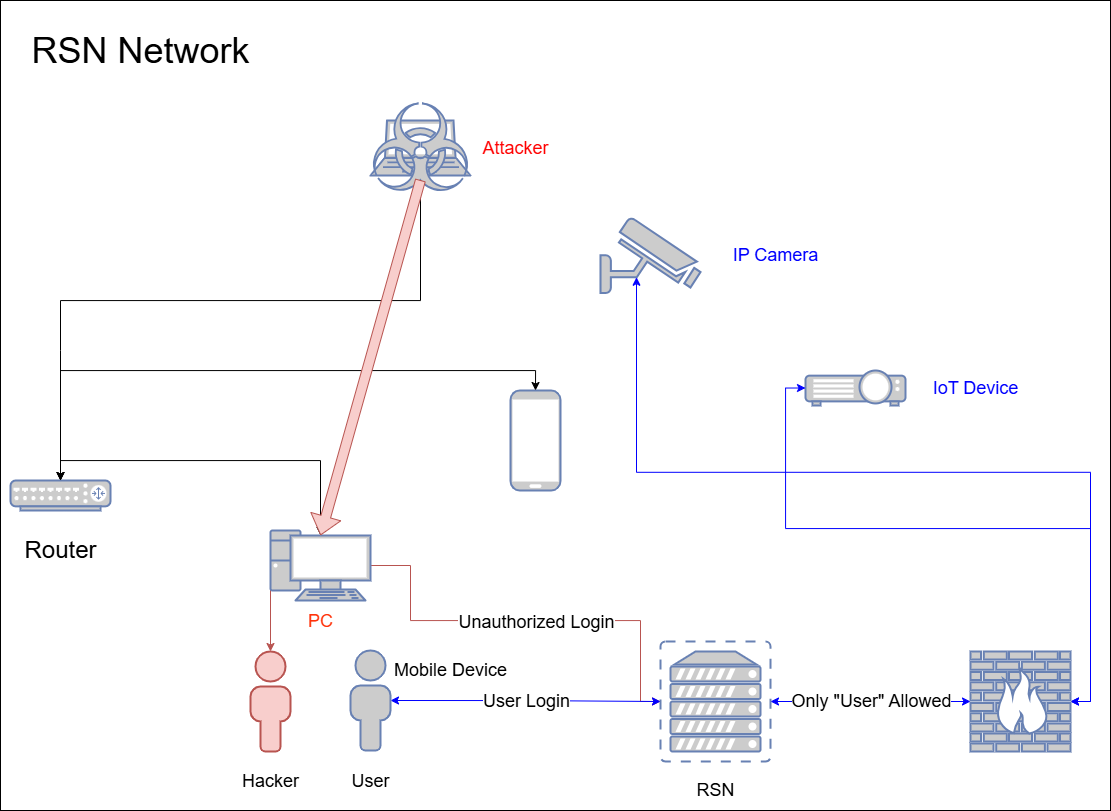
This is RSN Structure.png from HATZ-Research/RSN, a draw.io export, as it was before one commit. Source tidied: cells renumbered, new cells last; positions are measured from the earlier drawing's top-left corner, leaving out a move shared by most shapes. The source it was exported from:
```xml
<mxGraphModel>
  <root>
    <mxCell id="0" />
    <mxCell id="1" parent="0" />
    <mxCell id="2" style="rounded=0;whiteSpace=wrap;html=1;" parent="1" vertex="1">
      <mxGeometry width="1110" height="810" as="geometry" />
    </mxCell>
    <mxCell id="3" style="fontColor=#0066CC;verticalAlign=top;verticalLabelPosition=bottom;labelPosition=center;align=center;html=1;outlineConnect=0;fillColor=#CCCCCC;strokeColor=#6881B3;gradientColor=none;gradientDirection=north;strokeWidth=2;shape=mxgraph.networks.router;" parent="1" vertex="1">
      <mxGeometry x="10" y="480" width="100" height="30" as="geometry" />
    </mxCell>
    <mxCell id="4" style="fontColor=#0066CC;verticalAlign=top;verticalLabelPosition=bottom;labelPosition=center;align=center;html=1;outlineConnect=0;fillColor=#CCCCCC;strokeColor=#6881B3;gradientColor=none;gradientDirection=north;strokeWidth=2;shape=mxgraph.networks.laptop;" parent="1" vertex="1">
      <mxGeometry x="370" y="120" width="100" height="55" as="geometry" />
    </mxCell>
    <mxCell id="5" style="edgeStyle=orthogonalEdgeStyle;rounded=0;jettySize=auto;html=1;exitX=0.5;exitY=0;exitDx=0;exitDy=0;exitPerimeter=0;fontColor=#FF0000;startArrow=classic;startFill=1;fillColor=#f8cecc;strokeColor=#b85450;entryX=0;entryY=0.5;entryDx=0;entryDy=0;entryPerimeter=0;" parent="1" edge="1" source="32" target="25">
      <mxGeometry relative="1" as="geometry">
        <Array as="points">
          <mxPoint x="270" y="565" />
          <mxPoint x="410" y="565" />
          <mxPoint x="410" y="620" />
          <mxPoint x="640" y="620" />
          <mxPoint x="640" y="701" />
        </Array>
      </mxGeometry>
    </mxCell>
    <mxCell id="6" value="&lt;font style=&quot;font-size: 18px;&quot;&gt;Unauthorized Login&lt;/font&gt;" style="edgeLabel;html=1;align=center;verticalAlign=middle;" parent="5" vertex="1">
      <mxGeometry x="0.19" y="-1" relative="1" as="geometry">
        <mxPoint x="41" as="offset" />
      </mxGeometry>
    </mxCell>
    <mxCell id="7" style="fontColor=#0066CC;verticalAlign=top;verticalLabelPosition=bottom;labelPosition=center;align=center;html=1;outlineConnect=0;fillColor=#CCCCCC;strokeColor=#6881B3;gradientColor=none;gradientDirection=north;strokeWidth=2;shape=mxgraph.networks.pc;" parent="1" vertex="1">
      <mxGeometry x="270" y="530" width="100" height="70" as="geometry" />
    </mxCell>
    <mxCell id="8" style="edgeStyle=orthogonalEdgeStyle;rounded=0;jettySize=auto;html=1;exitX=0.5;exitY=0;exitDx=0;exitDy=0;exitPerimeter=0;entryX=0.5;entryY=1;entryDx=0;entryDy=0;entryPerimeter=0;startArrow=classic;startFill=1;" parent="1" edge="1" source="3" target="4">
      <mxGeometry relative="1" as="geometry">
        <Array as="points">
          <mxPoint x="60" y="350" />
          <mxPoint x="60" y="300" />
          <mxPoint x="420" y="300" />
        </Array>
      </mxGeometry>
    </mxCell>
    <mxCell id="9" style="edgeStyle=orthogonalEdgeStyle;rounded=0;jettySize=auto;html=1;exitX=0.5;exitY=0;exitDx=0;exitDy=0;exitPerimeter=0;entryX=0.5;entryY=0.07;entryDx=0;entryDy=0;entryPerimeter=0;startArrow=classic;startFill=1;" parent="1" edge="1" source="3" target="7">
      <mxGeometry relative="1" as="geometry" />
    </mxCell>
    <mxCell id="10" value="&lt;font style=&quot;font-size: 24px;&quot;&gt;Router&lt;/font&gt;" style="text;html=1;align=center;verticalAlign=middle;strokeColor=none;fillColor=none;" parent="1" vertex="1">
      <mxGeometry x="10" y="530" width="100" height="40" as="geometry" />
    </mxCell>
    <mxCell id="11" style="fontColor=#0066CC;verticalAlign=top;verticalLabelPosition=bottom;labelPosition=center;align=center;html=1;outlineConnect=0;fillColor=#CCCCCC;strokeColor=#6881B3;gradientColor=none;gradientDirection=north;strokeWidth=2;shape=mxgraph.networks.security_camera;" parent="1" vertex="1">
      <mxGeometry x="600" y="217.5" width="100" height="75" as="geometry" />
    </mxCell>
    <mxCell id="12" style="fontColor=#0066CC;verticalAlign=top;verticalLabelPosition=bottom;labelPosition=center;align=center;html=1;outlineConnect=0;fillColor=#CCCCCC;strokeColor=#6881B3;gradientColor=none;gradientDirection=north;strokeWidth=2;shape=mxgraph.networks.video_projector;" parent="1" vertex="1">
      <mxGeometry x="805" y="370" width="100" height="35" as="geometry" />
    </mxCell>
    <mxCell id="13" style="fontColor=#0066CC;verticalAlign=top;verticalLabelPosition=bottom;labelPosition=center;align=center;html=1;outlineConnect=0;fillColor=#CCCCCC;strokeColor=#6881B3;gradientColor=none;gradientDirection=north;strokeWidth=2;shape=mxgraph.networks.mobile;" parent="1" vertex="1">
      <mxGeometry x="510" y="390" width="50" height="100" as="geometry" />
    </mxCell>
    <mxCell id="14" style="edgeStyle=orthogonalEdgeStyle;rounded=0;jettySize=auto;html=1;exitX=0.5;exitY=0;exitDx=0;exitDy=0;exitPerimeter=0;entryX=0.5;entryY=0;entryDx=0;entryDy=0;entryPerimeter=0;startArrow=classic;startFill=1;" parent="1" edge="1" source="13" target="3">
      <mxGeometry relative="1" as="geometry" />
    </mxCell>
    <mxCell id="15" style="fontColor=#0066CC;verticalAlign=top;verticalLabelPosition=bottom;labelPosition=center;align=center;html=1;outlineConnect=0;fillColor=#CCCCCC;strokeColor=#6881B3;gradientColor=none;gradientDirection=north;strokeWidth=2;shape=mxgraph.networks.virus;" parent="1" vertex="1">
      <mxGeometry x="370" y="103" width="100" height="90" as="geometry" />
    </mxCell>
    <mxCell id="16" style="shape=flexArrow;endArrow=classic;html=1;rounded=0;exitX=0.5;exitY=0.85;exitDx=0;exitDy=0;exitPerimeter=0;entryX=0.5;entryY=0.07;entryDx=0;entryDy=0;entryPerimeter=0;fillColor=#f8cecc;strokeColor=#b85450;" parent="1" edge="1" source="15" target="7">
      <mxGeometry relative="1" as="geometry" />
    </mxCell>
    <mxCell id="17" style="edgeStyle=orthogonalEdgeStyle;rounded=0;jettySize=auto;html=1;entryX=0.36;entryY=0.79;entryDx=0;entryDy=0;entryPerimeter=0;startArrow=classic;startFill=1;fillColor=#f8cecc;strokeColor=#0000FF;exitX=1;exitY=0.5;exitDx=0;exitDy=0;exitPerimeter=0;" parent="1" edge="1" source="26" target="11">
      <mxGeometry relative="1" as="geometry" />
    </mxCell>
    <mxCell id="18" style="edgeStyle=orthogonalEdgeStyle;rounded=0;jettySize=auto;html=1;exitX=0;exitY=0.5;exitDx=0;exitDy=0;exitPerimeter=0;startArrow=classic;startFill=1;fillColor=#f8cecc;strokeColor=#0000FF;entryX=1;entryY=0.5;entryDx=0;entryDy=0;entryPerimeter=0;" parent="1" edge="1" source="12" target="26">
      <mxGeometry relative="1" as="geometry" />
    </mxCell>
    <mxCell id="19" value="&lt;font style=&quot;font-size: 36px;&quot;&gt;RSN Network&lt;/font&gt;" style="text;html=1;align=center;verticalAlign=middle;strokeColor=none;fillColor=none;" parent="1" vertex="1">
      <mxGeometry x="20" y="20" width="240" height="60" as="geometry" />
    </mxCell>
    <mxCell id="20" value="&lt;font style=&quot;font-size: 18px;&quot;&gt;IP Camera&lt;/font&gt;" style="text;html=1;align=center;verticalAlign=middle;strokeColor=none;fillColor=none;fontColor=#0000FF;" parent="1" vertex="1">
      <mxGeometry x="720" y="235" width="110" height="40" as="geometry" />
    </mxCell>
    <mxCell id="21" value="&lt;span style=&quot;font-size: 18px;&quot;&gt;IoT Device&lt;/span&gt;" style="text;html=1;align=center;verticalAlign=middle;strokeColor=none;fillColor=none;fontColor=#0000FF;" parent="1" vertex="1">
      <mxGeometry x="920" y="367.5" width="110" height="40" as="geometry" />
    </mxCell>
    <mxCell id="22" value="&lt;font style=&quot;font-size: 18px;&quot;&gt;PC&lt;/font&gt;" style="text;html=1;align=center;verticalAlign=middle;strokeColor=none;fillColor=none;fontColor=#FF320A;" parent="1" vertex="1">
      <mxGeometry x="295" y="601" width="50" height="40" as="geometry" />
    </mxCell>
    <mxCell id="23" value="&lt;font style=&quot;font-size: 18px;&quot;&gt;Mobile Device&lt;/font&gt;" style="text;html=1;align=center;verticalAlign=middle;strokeColor=none;fillColor=none;" parent="1" vertex="1">
      <mxGeometry x="380" y="650" width="140" height="40" as="geometry" />
    </mxCell>
    <mxCell id="24" value="&lt;font style=&quot;font-size: 18px;&quot;&gt;Attacker&lt;/font&gt;" style="text;html=1;align=center;verticalAlign=middle;strokeColor=none;fillColor=none;fontColor=#FF0000;" parent="1" vertex="1">
      <mxGeometry x="470" y="127.5" width="90" height="40" as="geometry" />
    </mxCell>
    <mxCell id="25" style="fontColor=#0066CC;verticalAlign=top;verticalLabelPosition=bottom;labelPosition=center;align=center;html=1;outlineConnect=0;fillColor=#CCCCCC;strokeColor=#6881B3;gradientColor=none;gradientDirection=north;strokeWidth=2;shape=mxgraph.networks.virtual_server;" parent="1" vertex="1">
      <mxGeometry x="660" y="641" width="110" height="120" as="geometry" />
    </mxCell>
    <mxCell id="26" style="fontColor=#0066CC;verticalAlign=top;verticalLabelPosition=bottom;labelPosition=center;align=center;html=1;outlineConnect=0;fillColor=#CCCCCC;strokeColor=#6881B3;gradientColor=none;gradientDirection=north;strokeWidth=2;shape=mxgraph.networks.firewall;" parent="1" vertex="1">
      <mxGeometry x="970" y="651" width="100" height="100" as="geometry" />
    </mxCell>
    <mxCell id="27" style="edgeStyle=orthogonalEdgeStyle;rounded=0;jettySize=auto;html=1;exitX=0;exitY=0.5;exitDx=0;exitDy=0;exitPerimeter=0;entryX=1;entryY=0.5;entryDx=0;entryDy=0;entryPerimeter=0;startArrow=classic;startFill=1;fillColor=#dae8fc;strokeColor=#0000FF;" parent="1" edge="1" source="26" target="25">
      <mxGeometry relative="1" as="geometry" />
    </mxCell>
    <mxCell id="28" value="&lt;font style=&quot;font-size: 18px;&quot;&gt;Only &quot;User&quot; Allowed&lt;/font&gt;" style="edgeLabel;html=1;align=center;verticalAlign=middle;" parent="27" vertex="1">
      <mxGeometry x="0.35" y="3" relative="1" as="geometry">
        <mxPoint x="35" y="-4" as="offset" />
      </mxGeometry>
    </mxCell>
    <mxCell id="29" value="&lt;font style=&quot;font-size: 18px;&quot;&gt;RSN&lt;/font&gt;" style="text;html=1;align=center;verticalAlign=middle;strokeColor=none;fillColor=none;" parent="1" vertex="1">
      <mxGeometry x="685" y="770" width="60" height="40" as="geometry" />
    </mxCell>
    <mxCell id="30" style="edgeStyle=orthogonalEdgeStyle;rounded=0;jettySize=auto;html=1;exitX=1;exitY=0.5;exitDx=0;exitDy=0;exitPerimeter=0;entryX=0;entryY=0.5;entryDx=0;entryDy=0;entryPerimeter=0;strokeColor=#0000FF;startArrow=classic;startFill=1;" parent="1" edge="1" source="33" target="25">
      <mxGeometry relative="1" as="geometry" />
    </mxCell>
    <mxCell id="31" value="&lt;font style=&quot;font-size: 18px;&quot;&gt;User Login&lt;/font&gt;" style="edgeLabel;html=1;align=center;verticalAlign=middle;" parent="30" vertex="1">
      <mxGeometry x="-0.02" y="4" relative="1" as="geometry">
        <mxPoint x="2" y="4" as="offset" />
      </mxGeometry>
    </mxCell>
    <mxCell id="32" style="verticalAlign=top;verticalLabelPosition=bottom;labelPosition=center;align=center;html=1;outlineConnect=0;fillColor=#f8cecc;strokeColor=#b85450;gradientDirection=north;strokeWidth=2;shape=mxgraph.networks.user_male;" parent="1" vertex="1">
      <mxGeometry x="250" y="651" width="40" height="100" as="geometry" />
    </mxCell>
    <mxCell id="33" style="fontColor=#0066CC;verticalAlign=top;verticalLabelPosition=bottom;labelPosition=center;align=center;html=1;outlineConnect=0;fillColor=#CCCCCC;strokeColor=#6881B3;gradientColor=none;gradientDirection=north;strokeWidth=2;shape=mxgraph.networks.user_male;" parent="1" vertex="1">
      <mxGeometry x="350" y="650" width="40" height="100" as="geometry" />
    </mxCell>
    <mxCell id="34" value="&lt;font style=&quot;font-size: 18px;&quot;&gt;Hacker&lt;/font&gt;" style="text;html=1;align=center;verticalAlign=middle;strokeColor=none;fillColor=none;" parent="1" vertex="1">
      <mxGeometry x="230" y="761" width="80" height="40" as="geometry" />
    </mxCell>
    <mxCell id="35" value="&lt;font style=&quot;font-size: 18px;&quot;&gt;User&lt;/font&gt;" style="text;html=1;align=center;verticalAlign=middle;strokeColor=none;fillColor=none;" parent="1" vertex="1">
      <mxGeometry x="340" y="761" width="60" height="40" as="geometry" />
    </mxCell>
  </root>
</mxGraphModel>
```
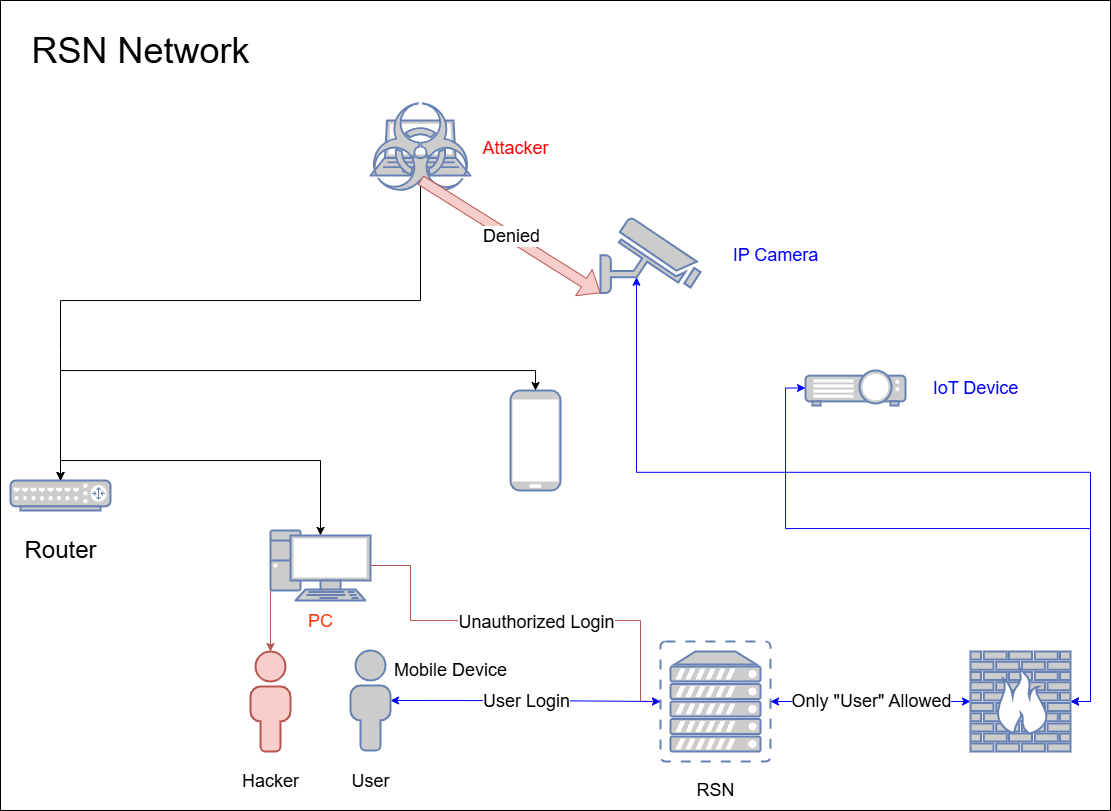
The same file after the commit.

The edit, as a diff of the source:
```diff
@@ -60,9 +60,14 @@
     <mxCell id="15" style="fontColor=#0066CC;verticalAlign=top;verticalLabelPosition=bottom;labelPosition=center;align=center;html=1;outlineConnect=0;fillColor=#CCCCCC;strokeColor=#6881B3;gradientColor=none;gradientDirection=north;strokeWidth=2;shape=mxgraph.networks.virus;" parent="1" vertex="1">
       <mxGeometry x="370" y="103" width="100" height="90" as="geometry" />
     </mxCell>
-    <mxCell id="16" style="shape=flexArrow;endArrow=classic;html=1;rounded=0;exitX=0.5;exitY=0.85;exitDx=0;exitDy=0;exitPerimeter=0;entryX=0.5;entryY=0.07;entryDx=0;entryDy=0;entryPerimeter=0;fillColor=#f8cecc;strokeColor=#b85450;" parent="1" edge="1" source="15" target="7">
+    <mxCell id="16" style="shape=flexArrow;endArrow=classic;html=1;rounded=0;exitX=0.5;exitY=0.85;exitDx=0;exitDy=0;exitPerimeter=0;entryX=0;entryY=1;entryDx=0;entryDy=0;entryPerimeter=0;fillColor=#f8cecc;strokeColor=#b85450;" parent="1" edge="1" source="15" target="11">
       <mxGeometry relative="1" as="geometry" />
     </mxCell>
+    <mxCell id="36" value="&lt;font style=&quot;font-size: 18px;&quot;&gt;Denied&lt;/font&gt;" style="edgeLabel;html=1;align=center;verticalAlign=middle;" parent="16" vertex="1">
+      <mxGeometry x="-0.16" y="-6" relative="1" as="geometry">
+        <mxPoint x="18" y="3" as="offset" />
+      </mxGeometry>
+    </mxCell>
     <mxCell id="17" style="edgeStyle=orthogonalEdgeStyle;rounded=0;jettySize=auto;html=1;entryX=0.36;entryY=0.79;entryDx=0;entryDy=0;entryPerimeter=0;startArrow=classic;startFill=1;fillColor=#f8cecc;strokeColor=#0000FF;exitX=1;exitY=0.5;exitDx=0;exitDy=0;exitPerimeter=0;" parent="1" edge="1" source="26" target="11">
       <mxGeometry relative="1" as="geometry" />
     </mxCell>
```
